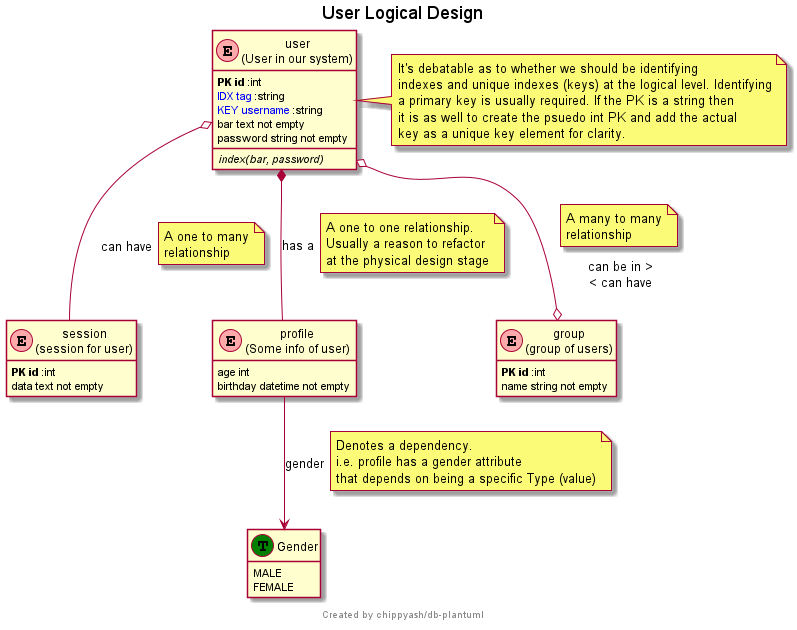
Before: examples/User_Logical.png, a diagram exported from PlantUML (chippyash/db-plantuml). The source it was exported from:
```plantuml
@startuml
title User Logical Design













hide stereotypes
hide empty members
footer Created by chippyash/db-plantuml

		class user as "user\n(User in our system)" << (E,#FFAAAA)Table>> {
		<b>PK id</b> :int
		<color:blue>IDX tag</color> :string
		<color:blue>KEY username</color> :string
	bar text not empty
	password string not empty
	<i>index(bar, password)</i>
}
note right of user
It's debatable as to whether we should be identifying
indexes and unique indexes (keys) at the logical level. Identifying
a primary key is usually required. If the PK is a string then
it is as well to create the psuedo int PK and add the actual
key as a unique key element for clarity.
end note
		class session as "session\n(session for user)" << (E,#FFAAAA)Table>> {
		<b>PK id</b> :int
	data text not empty
}
	user o-- session : can have
note right on link
A one to many
relationship
end note

		class profile as "profile\n(Some info of user)" << (E,#FFAAAA)Table>> {
age int
birthday datetime not empty
}
	user *-- profile : has a
note right on link
A one to one relationship.
Usually a reason to refactor
at the physical design stage
end note

		class group as "group\n(group of users)" << (E,#FFAAAA)Table>> {
		<b>PK id</b> :int
	name string not empty
}
	user o--o group : "can be in >\n< can have"

note top on link
A many to many
relationship
end note

		enum "Gender" as gender << (T, green)Enum>> {
	MALE
	FEMALE
}
	profile --> gender : gender
note right on link
Denotes a dependency.
i.e. profile has a gender attribute
that depends on being a specific Type (value)
end note

@enduml
```
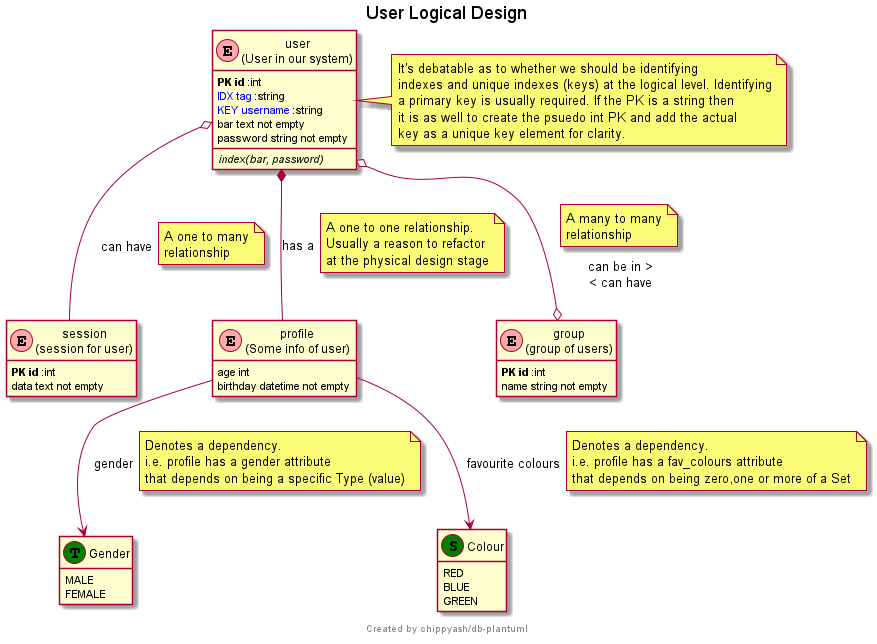
Later version of the same file.

Diff of the diagram source:
```diff
@@ -1,5 +1,6 @@
 @startuml
 title User Logical Design
+
 
 
 
@@ -36,7 +37,7 @@
 		<b>PK id</b> :int
 	data text not empty
 }
-	user o-- session : can have
+				user o-- session: can have
 note right on link
 A one to many
 relationship
@@ -46,7 +47,7 @@
 age int
 birthday datetime not empty
 }
-	user *-- profile : has a
+				user *-- profile: has a
 note right on link
 A one to one relationship.
 Usually a reason to refactor
@@ -57,7 +58,7 @@
 		<b>PK id</b> :int
 	name string not empty
 }
-	user o--o group : "can be in >\n< can have"
+				user o--o group: can be in >\n< can have
 
 note top on link
 A many to many
@@ -75,4 +76,16 @@
 that depends on being a specific Type (value)
 end note
 
+		enum "Colour" as fav_colours << (S, green)Set>> {
+	RED
+	BLUE
+	GREEN
+}
+	profile --> fav_colours : favourite colours
+note right on link
+Denotes a dependency.
+i.e. profile has a fav_colours attribute
+that depends on being zero,one or more of a Set
+end note
+
 @enduml
```
